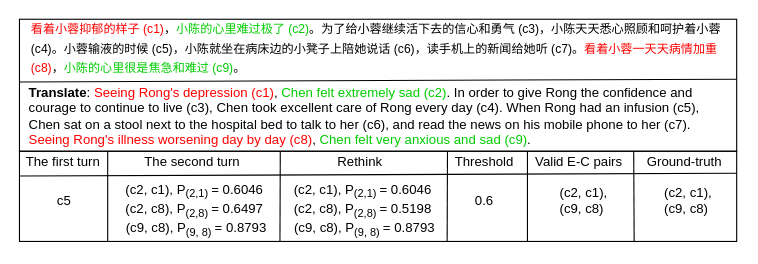
Earlier version of the draw.io diagram case2.drawio (zhoucz97/paper_figure). Source tidied: cells renumbered, new cells numbered last; positions are measured from the earlier drawing's top-left corner, leaving out a move shared by most shapes. Both pictures are drawn from the tidied source at 110%, with x=0, y=0 at pixel (19, 19).
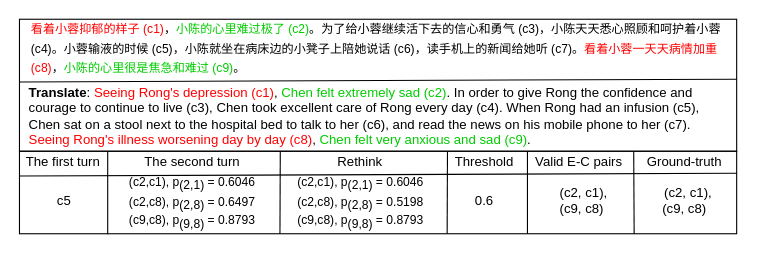
After the change.

What changed in the source:
```diff
@@
-    <mxCell id="10" value="(c2, c1), P&lt;sub&gt;(2,1) &lt;/sub&gt;= 0.6046&lt;br&gt;(c2, c8), P&lt;sub&gt;(2,8) &lt;/sub&gt;= 0.6497&lt;br&gt;&amp;nbsp;(c9, c8), P&lt;sub&gt;(9, 8) &lt;/sub&gt;= 0.8793" style="text;html=1;strokeColor=none;fillColor=none;align=center;verticalAlign=middle;whiteSpace=wrap;rounded=0;shadow=0;glass=0;sketch=0;" parent="1" vertex="1">
-      <mxGeometry x="87" y="147" width="145" height="54" as="geometry" />
+    <mxCell id="10" value="&lt;p&gt;&lt;font style=&quot;font-size: 11px&quot;&gt;(c2,c1), p&lt;sub style=&quot;font-size: 11px&quot;&gt;(2,1) &lt;/sub&gt;= 0.6046&lt;br&gt;&lt;/font&gt;&lt;font style=&quot;font-size: 11px&quot;&gt;(c2,c8), p&lt;sub style=&quot;font-size: 11px&quot;&gt;(2,8) &lt;/sub&gt;= 0.6497&lt;br&gt;&lt;/font&gt;&lt;font style=&quot;font-size: 11px&quot;&gt;(c9,c8), p&lt;sub style=&quot;font-size: 11px&quot;&gt;(9,8) &lt;/sub&gt;= 0.8793&lt;/font&gt;&lt;/p&gt;" style="text;html=1;strokeColor=none;fillColor=none;align=center;verticalAlign=middle;whiteSpace=wrap;rounded=0;shadow=0;glass=0;sketch=0;" parent="1" vertex="1">
+      <mxGeometry x="85" y="140" width="145" height="54" as="geometry" />
     </mxCell>
-    <mxCell id="11" value="(c2, c1), P&lt;sub&gt;(2,1)&amp;nbsp;&lt;/sub&gt;= 0.6046&lt;br&gt;(c2, c8), P&lt;sub&gt;(2,8)&amp;nbsp;&lt;/sub&gt;= 0.5198&lt;br&gt;&amp;nbsp;(c9, c8), P&lt;sub&gt;(9, 8) &lt;/sub&gt;= 0.8793" style="text;html=1;strokeColor=none;fillColor=none;align=center;verticalAlign=middle;whiteSpace=wrap;rounded=0;shadow=0;glass=0;sketch=0;" parent="1" vertex="1">
-      <mxGeometry x="240" y="147" width="145" height="54" as="geometry" />
+    <mxCell id="11" value="&lt;p&gt;&lt;font style=&quot;font-size: 11px&quot;&gt;(c2,c1), p&lt;sub style=&quot;font-size: 11px&quot;&gt;(2,1)&amp;nbsp;&lt;/sub&gt;= 0.6046&lt;br&gt;&lt;/font&gt;&lt;font style=&quot;font-size: 11px&quot;&gt;(c2,c8), p&lt;sub style=&quot;font-size: 11px&quot;&gt;(2,8)&amp;nbsp;&lt;/sub&gt;= 0.5198&lt;br&gt;&lt;/font&gt;&lt;font style=&quot;font-size: 11px&quot;&gt;(c9,c8), p&lt;sub style=&quot;font-size: 11px&quot;&gt;(9,8) &lt;/sub&gt;= 0.8793&lt;/font&gt;&lt;/p&gt;" style="text;html=1;strokeColor=none;fillColor=none;align=center;verticalAlign=middle;whiteSpace=wrap;rounded=0;shadow=0;glass=0;sketch=0;" parent="1" vertex="1">
+      <mxGeometry x="237.5" y="140" width="145" height="54" as="geometry" />
     </mxCell>
@@
-    <mxCell id="17" value="&amp;nbsp; (c2, c1), &lt;br&gt;&amp;nbsp;(c9, c8)" style="text;html=1;strokeColor=none;fillColor=none;align=center;verticalAlign=middle;whiteSpace=wrap;rounded=0;shadow=0;glass=0;sketch=0;" parent="1" vertex="1">
+    <mxCell id="17" value="&amp;nbsp; (c2, c1), &lt;br&gt;(c9, c8)" style="text;html=1;strokeColor=none;fillColor=none;align=center;verticalAlign=middle;whiteSpace=wrap;rounded=0;shadow=0;glass=0;sketch=0;" parent="1" vertex="1">
       <mxGeometry x="558" y="155" width="94.2" height="20" as="geometry" />
     </mxCell>
@@
     <mxCell id="19" style="endArrow=none;html=1;entryX=0.123;entryY=0.016;entryDx=0;entryDy=0;entryPerimeter=0;endSize=7;startSize=7;" parent="1" edge="1">
       <mxGeometry relative="1" as="geometry">
-        <mxPoint x="237" y="202" as="sourcePoint" />
+        <mxPoint x="237" y="195" as="sourcePoint" />
         <mxPoint x="237.3" y="120" as="targetPoint" />
       </mxGeometry>
     </mxCell>
     <mxCell id="20" style="endArrow=none;html=1;entryX=0.123;entryY=0.016;entryDx=0;entryDy=0;entryPerimeter=0;endSize=7;startSize=7;" parent="1" edge="1">
       <mxGeometry relative="1" as="geometry">
-        <mxPoint x="389" y="202" as="sourcePoint" />
+        <mxPoint x="389" y="195" as="sourcePoint" />
         <mxPoint x="389.3" y="120" as="targetPoint" />
       </mxGeometry>
     </mxCell>
     <mxCell id="21" style="endArrow=none;html=1;entryX=0.123;entryY=0.016;entryDx=0;entryDy=0;entryPerimeter=0;endSize=7;startSize=7;" parent="1" edge="1">
       <mxGeometry relative="1" as="geometry">
-        <mxPoint x="559" y="202" as="sourcePoint" />
+        <mxPoint x="559" y="195" as="sourcePoint" />
         <mxPoint x="558.6" y="120" as="targetPoint" />
       </mxGeometry>
     </mxCell>
     <mxCell id="22" style="rounded=0;whiteSpace=wrap;html=1;shadow=0;glass=0;sketch=0;strokeWidth=1;fillColor=none;gradientColor=#FFFFFF;" parent="1" vertex="1">
-      <mxGeometry x="0.2" y="120" width="652" height="82" as="geometry" />
+      <mxGeometry x="0.2" y="120" width="652" height="75" as="geometry" />
     </mxCell>
     <mxCell id="23" style="endArrow=none;html=1;startSize=7;endSize=7;" parent="1" edge="1">
       <mxGeometry relative="1" as="geometry">
-        <mxPoint x="462" y="202" as="sourcePoint" />
+        <mxPoint x="462" y="195" as="sourcePoint" />
         <mxPoint x="462" y="120" as="targetPoint" />
       </mxGeometry>
     </mxCell>
```
